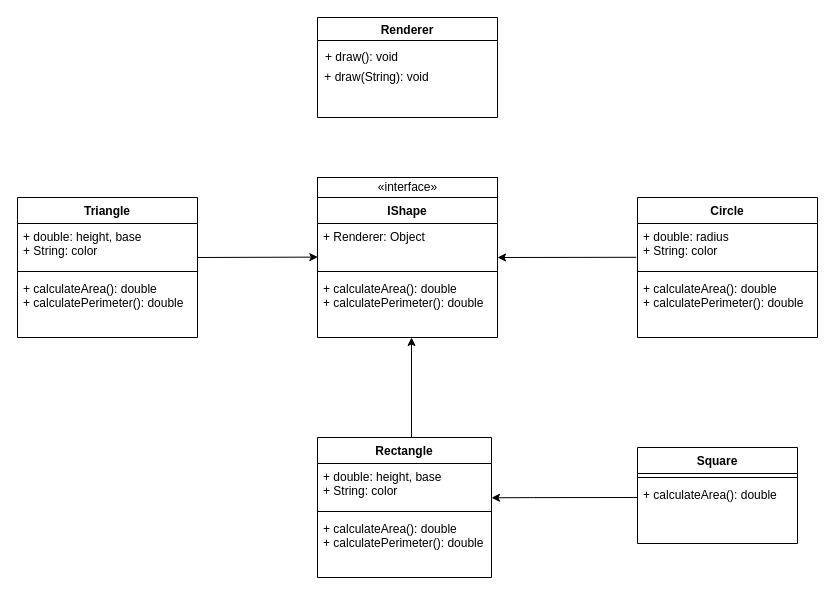
Above: OopsLab2.drawio in YuvrajPratap/Yuvraj_Lab_2_OOPs (draw.io), before the change. Source tidied: cells renumbered, new cells numbered last; positions are measured from the earlier drawing's top-left corner, leaving out a move shared by most shapes. Both pictures are drawn from the tidied source at 100%, with x=0, y=0 at pixel (17, 17).
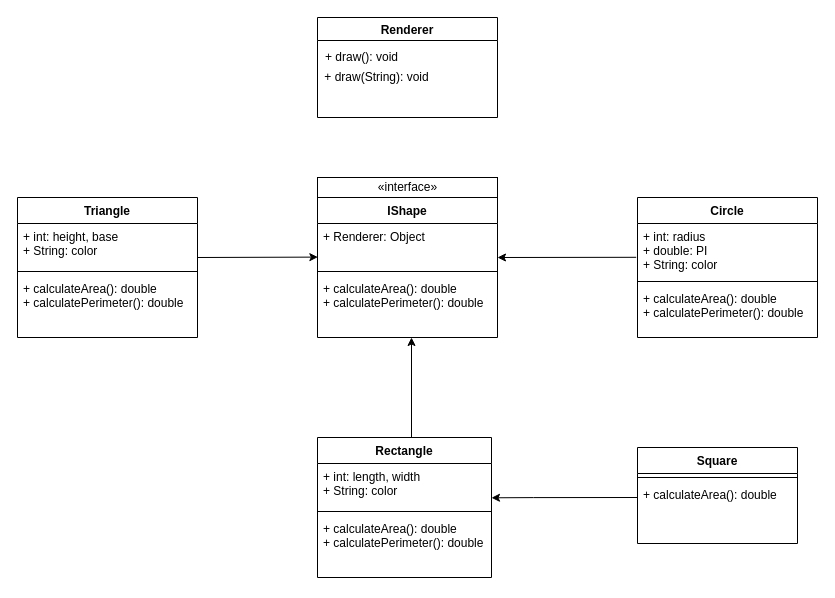
After the change.

Unchanged cells that the change refers to:
```xml
<mxCell id="9" value="Triangle" style="swimlane;fontStyle=1;align=center;verticalAlign=top;horizontal=1;startSize=26;" parent="1" vertex="1">
  <mxGeometry y="180" width="180" height="140" as="geometry" />
</mxCell>
<mxCell id="17" value="Circle" style="swimlane;fontStyle=1;align=center;verticalAlign=top;horizontal=1;startSize=26;" parent="1" vertex="1">
  <mxGeometry x="620" y="180" width="180" height="140" as="geometry" />
</mxCell>
<mxCell id="21" value="Rectangle" style="swimlane;fontStyle=1;align=center;verticalAlign=top;horizontal=1;startSize=26;" parent="1" vertex="1">
  <mxGeometry x="300" y="420" width="174" height="140" as="geometry" />
</mxCell>
```

Change to the diagram source:
```diff
@@
-    <mxCell id="10" value="+ double: height, base&#10;+ String: color" style="text;strokeColor=none;fillColor=none;align=left;verticalAlign=top;spacingLeft=4;spacingRight=4;overflow=hidden;" parent="9" vertex="1">
+    <mxCell id="10" value="+ int: height, base&#10;+ String: color" style="text;strokeColor=none;fillColor=none;align=left;verticalAlign=top;spacingLeft=4;spacingRight=4;overflow=hidden;" parent="9" vertex="1">
       <mxGeometry y="26" width="180" height="44" as="geometry" />
     </mxCell>
@@
-    <mxCell id="18" value="+ double: radius&#10;+ String: color" style="text;strokeColor=none;fillColor=none;align=left;verticalAlign=top;spacingLeft=4;spacingRight=4;overflow=hidden;" parent="17" vertex="1">
-      <mxGeometry y="26" width="180" height="44" as="geometry" />
+    <mxCell id="18" value="+ int: radius&#10;+ double: PI&#10;+ String: color" style="text;strokeColor=none;fillColor=none;align=left;verticalAlign=top;spacingLeft=4;spacingRight=4;overflow=hidden;" parent="17" vertex="1">
+      <mxGeometry y="26" width="180" height="54" as="geometry" />
     </mxCell>
     <mxCell id="19" style="line;strokeWidth=1;fillColor=none;align=left;verticalAlign=middle;spacingTop=-1;spacingLeft=3;spacingRight=3;labelPosition=right;" parent="17" vertex="1">
-      <mxGeometry y="70" width="180" height="8" as="geometry" />
+      <mxGeometry y="80" width="180" height="8" as="geometry" />
     </mxCell>
     <mxCell id="20" value="+ calculateArea(): double&#10;+ calculatePerimeter(): double&#10;" style="text;strokeColor=none;fillColor=none;align=left;verticalAlign=top;spacingLeft=4;spacingRight=4;overflow=hidden;" parent="17" vertex="1">
-      <mxGeometry y="78" width="180" height="62" as="geometry" />
+      <mxGeometry y="88" width="180" height="52" as="geometry" />
     </mxCell>
@@
-    <mxCell id="22" value="+ double: height, base&#10;+ String: color" style="text;strokeColor=none;fillColor=none;align=left;verticalAlign=top;spacingLeft=4;spacingRight=4;overflow=hidden;" parent="21" vertex="1">
+    <mxCell id="22" value="+ int: length, width&#10;+ String: color" style="text;strokeColor=none;fillColor=none;align=left;verticalAlign=top;spacingLeft=4;spacingRight=4;overflow=hidden;" parent="21" vertex="1">
       <mxGeometry y="26" width="174" height="44" as="geometry" />
     </mxCell>
```
